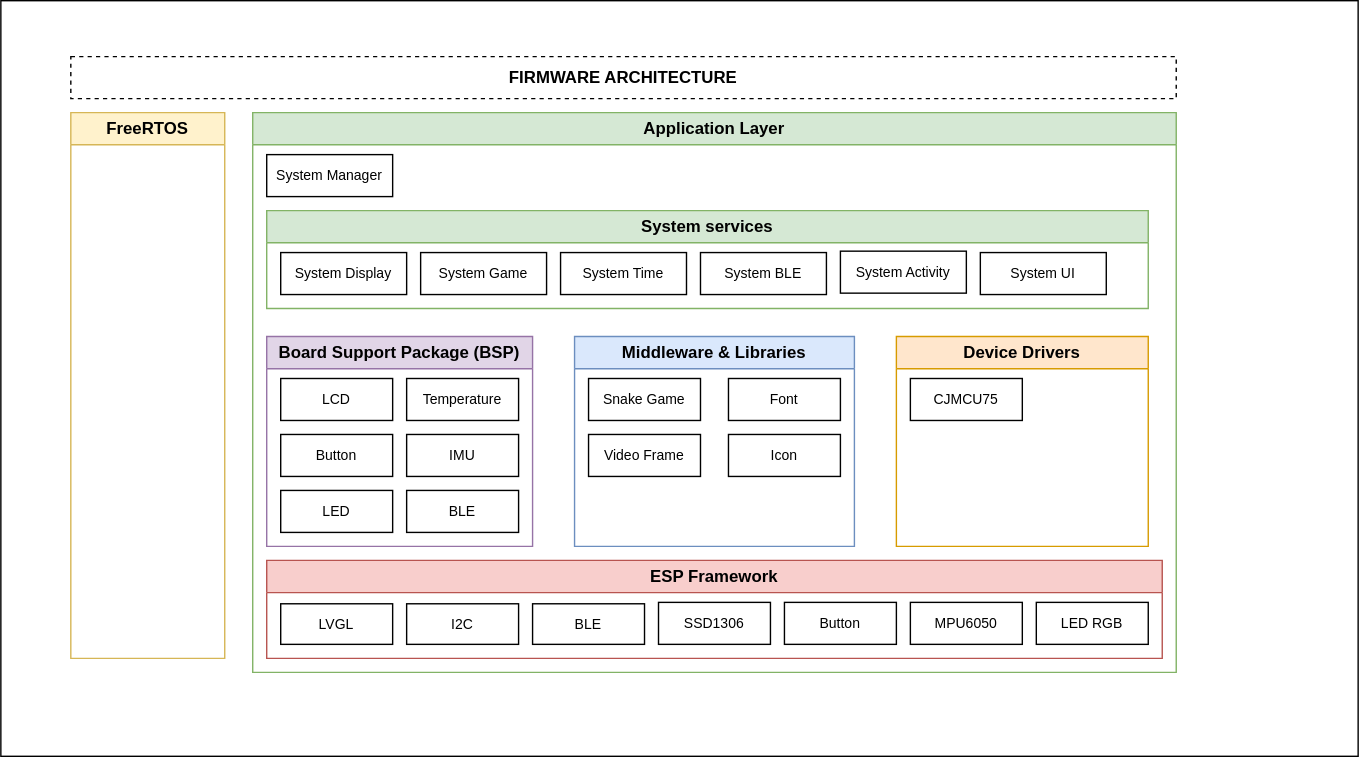
TNH510/NeoWatch keeps this draw.io diagram as docs/architecture/Project.svg. Above is the earlier version. Source tidied: cells renumbered, new cells last; positions are measured from the earlier drawing's top-left corner, leaving out a move shared by most shapes.
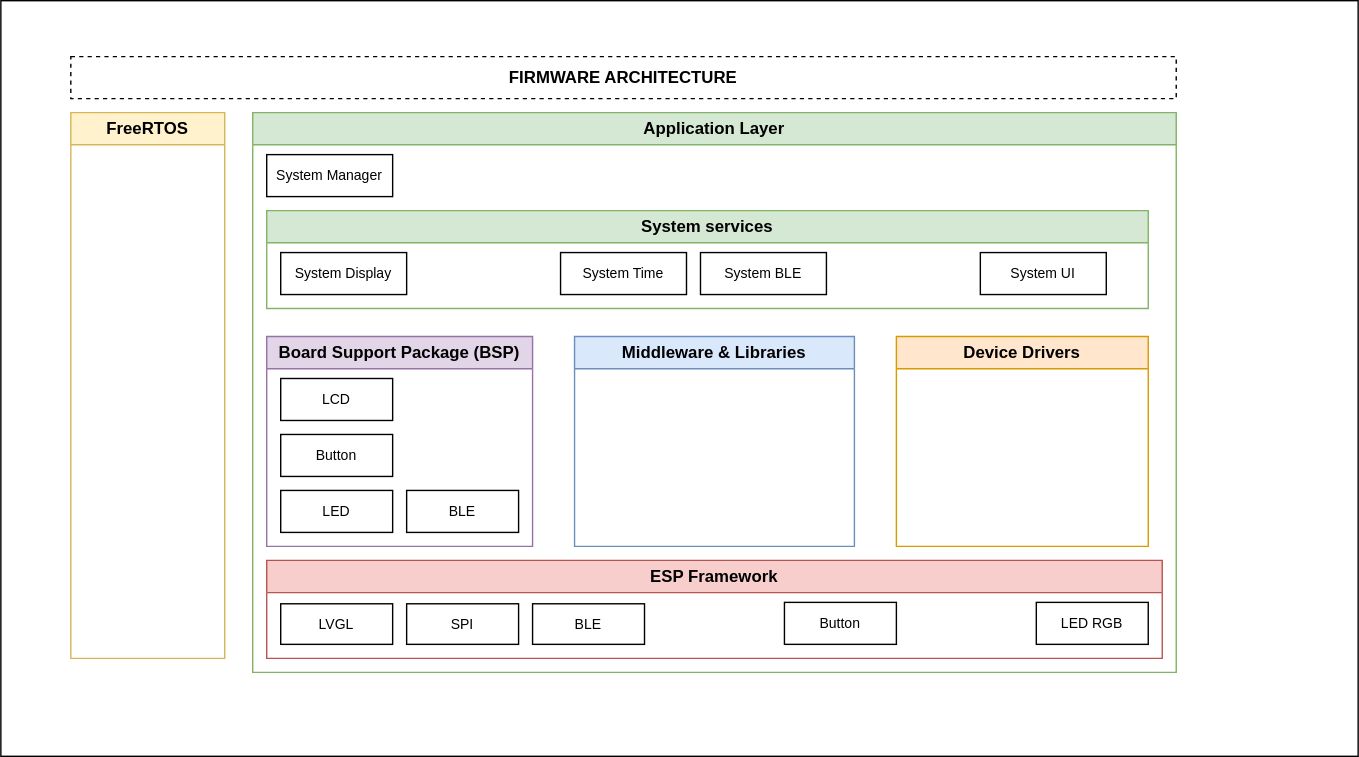
The same file after the commit.

Commit message:
docs: System design

Change to the diagram source:
```diff
@@ -11,7 +11,7 @@
     <mxCell id="4" value="LVGL" style="text;align=center;verticalAlign=middle;spacingLeft=4;spacingRight=4;overflow=hidden;strokeColor=default;labelPosition=center;verticalLabelPosition=middle;labelBorderColor=none;labelBackgroundColor=none;direction=north;fillColor=none;gradientColor=none;rounded=0;glass=0;shadow=0;flipH=0;flipV=1;fontSize=10;" parent="3" vertex="1">
       <mxGeometry x="10" y="31" width="80" height="29" as="geometry" />
     </mxCell>
-    <mxCell id="5" value="I2C" style="text;align=center;verticalAlign=middle;spacingLeft=4;spacingRight=4;overflow=hidden;strokeColor=default;labelPosition=center;verticalLabelPosition=middle;labelBorderColor=none;labelBackgroundColor=none;direction=north;fillColor=none;gradientColor=none;rounded=0;glass=0;shadow=0;flipH=0;flipV=1;fontSize=10;" parent="3" vertex="1">
+    <mxCell id="5" value="SPI" style="text;align=center;verticalAlign=middle;spacingLeft=4;spacingRight=4;overflow=hidden;strokeColor=default;labelPosition=center;verticalLabelPosition=middle;labelBorderColor=none;labelBackgroundColor=none;direction=north;fillColor=none;gradientColor=none;rounded=0;glass=0;shadow=0;flipH=0;flipV=1;fontSize=10;" parent="3" vertex="1">
       <mxGeometry x="100" y="31" width="80" height="29" as="geometry" />
     </mxCell>
     <mxCell id="6" value="BLE" style="text;align=center;verticalAlign=middle;spacingLeft=4;spacingRight=4;overflow=hidden;strokeColor=default;labelPosition=center;verticalLabelPosition=middle;labelBorderColor=none;labelBackgroundColor=none;direction=north;fillColor=none;gradientColor=none;rounded=0;glass=0;shadow=0;flipH=0;flipV=1;fontSize=10;" parent="3" vertex="1">
@@ -41,60 +41,27 @@
     <mxCell id="14" value="System Display" style="text;align=center;verticalAlign=middle;spacingLeft=4;spacingRight=4;overflow=hidden;strokeColor=default;labelPosition=center;verticalLabelPosition=middle;labelBorderColor=none;labelBackgroundColor=none;direction=north;fillColor=none;gradientColor=none;rounded=0;glass=0;shadow=0;flipH=0;flipV=1;fontSize=10;" parent="13" vertex="1">
       <mxGeometry x="10" y="30" width="90" height="30" as="geometry" />
     </mxCell>
-    <mxCell id="15" value="System Game" style="text;align=center;verticalAlign=middle;spacingLeft=4;spacingRight=4;overflow=hidden;strokeColor=default;labelPosition=center;verticalLabelPosition=middle;labelBorderColor=none;labelBackgroundColor=none;direction=north;fillColor=none;gradientColor=none;rounded=0;glass=0;shadow=0;flipH=0;flipV=1;fontSize=10;" parent="13" vertex="1">
-      <mxGeometry x="110" y="30" width="90" height="30" as="geometry" />
-    </mxCell>
     <mxCell id="16" value="System Time" style="text;align=center;verticalAlign=middle;spacingLeft=4;spacingRight=4;overflow=hidden;strokeColor=default;labelPosition=center;verticalLabelPosition=middle;labelBorderColor=none;labelBackgroundColor=none;direction=north;fillColor=none;gradientColor=none;rounded=0;glass=0;shadow=0;flipH=0;flipV=1;fontSize=10;" parent="13" vertex="1">
       <mxGeometry x="210" y="30" width="90" height="30" as="geometry" />
     </mxCell>
     <mxCell id="17" value="System BLE" style="text;align=center;verticalAlign=middle;spacingLeft=4;spacingRight=4;overflow=hidden;strokeColor=default;labelPosition=center;verticalLabelPosition=middle;labelBorderColor=none;labelBackgroundColor=none;direction=north;fillColor=none;gradientColor=none;rounded=0;glass=0;shadow=0;flipH=0;flipV=1;fontSize=10;" parent="13" vertex="1">
       <mxGeometry x="310" y="30" width="90" height="30" as="geometry" />
     </mxCell>
-    <mxCell id="18" value="System Activity" style="text;align=center;verticalAlign=middle;spacingLeft=4;spacingRight=4;overflow=hidden;strokeColor=default;labelPosition=center;verticalLabelPosition=middle;labelBorderColor=none;labelBackgroundColor=none;direction=north;fillColor=none;gradientColor=none;rounded=0;glass=0;shadow=0;flipH=0;flipV=1;fontSize=10;" parent="13" vertex="1">
-      <mxGeometry x="410" y="29" width="90" height="30" as="geometry" />
-    </mxCell>
     <mxCell id="19" value="System UI" style="text;align=center;verticalAlign=middle;spacingLeft=4;spacingRight=4;overflow=hidden;strokeColor=default;labelPosition=center;verticalLabelPosition=middle;labelBorderColor=none;labelBackgroundColor=none;direction=north;fillColor=none;gradientColor=none;rounded=0;glass=0;shadow=0;flipH=0;flipV=1;fontSize=10;" parent="13" vertex="1">
       <mxGeometry x="510" y="30" width="90" height="30" as="geometry" />
     </mxCell>
     <mxCell id="20" value="FreeRTOS" style="swimlane;whiteSpace=wrap;html=1;fillColor=#fff2cc;strokeColor=#d6b656;startSize=23;" parent="11" vertex="1">
       <mxGeometry x="-130" width="110" height="390" as="geometry" />
     </mxCell>
-    <mxCell id="21" value="Snake Game" style="text;align=center;verticalAlign=middle;spacingLeft=4;spacingRight=4;overflow=hidden;strokeColor=default;labelPosition=center;verticalLabelPosition=middle;labelBorderColor=none;labelBackgroundColor=none;direction=north;fillColor=none;gradientColor=none;rounded=0;glass=0;shadow=0;flipH=0;flipV=1;fontSize=10;" parent="11" vertex="1">
-      <mxGeometry x="240" y="190" width="80" height="30" as="geometry" />
-    </mxCell>
-    <mxCell id="22" value="Font" style="text;align=center;verticalAlign=middle;spacingLeft=4;spacingRight=4;overflow=hidden;strokeColor=default;labelPosition=center;verticalLabelPosition=middle;labelBorderColor=none;labelBackgroundColor=none;direction=north;fillColor=none;gradientColor=none;rounded=0;glass=0;shadow=0;flipH=0;flipV=1;fontSize=10;" parent="11" vertex="1">
-      <mxGeometry x="340" y="190" width="80" height="30" as="geometry" />
-    </mxCell>
-    <mxCell id="23" value="Video Frame" style="text;align=center;verticalAlign=middle;spacingLeft=4;spacingRight=4;overflow=hidden;strokeColor=default;labelPosition=center;verticalLabelPosition=middle;labelBorderColor=none;labelBackgroundColor=none;direction=north;fillColor=none;gradientColor=none;rounded=0;glass=0;shadow=0;flipH=0;flipV=1;fontSize=10;" parent="11" vertex="1">
-      <mxGeometry x="240" y="230" width="80" height="30" as="geometry" />
-    </mxCell>
-    <mxCell id="24" value="Icon" style="text;align=center;verticalAlign=middle;spacingLeft=4;spacingRight=4;overflow=hidden;strokeColor=default;labelPosition=center;verticalLabelPosition=middle;labelBorderColor=none;labelBackgroundColor=none;direction=north;fillColor=none;gradientColor=none;rounded=0;glass=0;shadow=0;flipH=0;flipV=1;fontSize=10;" parent="11" vertex="1">
-      <mxGeometry x="340" y="230" width="80" height="30" as="geometry" />
-    </mxCell>
-    <mxCell id="25" value="SSD1306" style="text;align=center;verticalAlign=middle;spacingLeft=4;spacingRight=4;overflow=hidden;strokeColor=default;labelPosition=center;verticalLabelPosition=middle;labelBorderColor=none;labelBackgroundColor=none;direction=north;fillColor=none;gradientColor=none;rounded=0;glass=0;shadow=0;flipH=0;flipV=1;fontSize=10;" parent="11" vertex="1">
-      <mxGeometry x="290" y="350" width="80" height="30" as="geometry" />
-    </mxCell>
     <mxCell id="26" value="Button" style="text;align=center;verticalAlign=middle;spacingLeft=4;spacingRight=4;overflow=hidden;strokeColor=default;labelPosition=center;verticalLabelPosition=middle;labelBorderColor=none;labelBackgroundColor=none;direction=north;fillColor=none;gradientColor=none;rounded=0;glass=0;shadow=0;flipH=0;flipV=1;fontSize=10;" parent="11" vertex="1">
       <mxGeometry x="380" y="350" width="80" height="30" as="geometry" />
     </mxCell>
-    <mxCell id="27" value="CJMCU75" style="text;align=center;verticalAlign=middle;spacingLeft=4;spacingRight=4;overflow=hidden;strokeColor=default;labelPosition=center;verticalLabelPosition=middle;labelBorderColor=none;labelBackgroundColor=none;direction=north;fillColor=none;gradientColor=none;rounded=0;glass=0;shadow=0;flipH=0;flipV=1;fontSize=10;" parent="11" vertex="1">
-      <mxGeometry x="470" y="190" width="80" height="30" as="geometry" />
-    </mxCell>
-    <mxCell id="28" value="MPU6050" style="text;align=center;verticalAlign=middle;spacingLeft=4;spacingRight=4;overflow=hidden;strokeColor=default;labelPosition=center;verticalLabelPosition=middle;labelBorderColor=none;labelBackgroundColor=none;direction=north;fillColor=none;gradientColor=none;rounded=0;glass=0;shadow=0;flipH=0;flipV=1;fontSize=10;" parent="11" vertex="1">
-      <mxGeometry x="470" y="350" width="80" height="30" as="geometry" />
-    </mxCell>
     <mxCell id="29" value="LED RGB" style="text;align=center;verticalAlign=middle;spacingLeft=4;spacingRight=4;overflow=hidden;strokeColor=default;labelPosition=center;verticalLabelPosition=middle;labelBorderColor=none;labelBackgroundColor=none;direction=north;fillColor=none;gradientColor=none;rounded=0;glass=0;shadow=0;flipH=0;flipV=1;fontSize=10;" parent="11" vertex="1">
       <mxGeometry x="560" y="350" width="80" height="30" as="geometry" />
     </mxCell>
-    <mxCell id="30" value="Temperature" style="text;align=center;verticalAlign=middle;spacingLeft=4;spacingRight=4;overflow=hidden;strokeColor=default;labelPosition=center;verticalLabelPosition=middle;labelBorderColor=none;labelBackgroundColor=none;direction=north;fillColor=none;gradientColor=none;rounded=0;glass=0;shadow=0;flipH=0;flipV=1;fontSize=10;" parent="11" vertex="1">
-      <mxGeometry x="110" y="190" width="80" height="30" as="geometry" />
-    </mxCell>
     <mxCell id="31" value="Button" style="text;align=center;verticalAlign=middle;spacingLeft=4;spacingRight=4;overflow=hidden;strokeColor=default;labelPosition=center;verticalLabelPosition=middle;labelBorderColor=none;labelBackgroundColor=none;direction=north;fillColor=none;gradientColor=none;rounded=0;glass=0;shadow=0;flipH=0;flipV=1;fontSize=10;" parent="11" vertex="1">
       <mxGeometry x="20" y="230" width="80" height="30" as="geometry" />
     </mxCell>
-    <mxCell id="32" value="IMU" style="text;align=center;verticalAlign=middle;spacingLeft=4;spacingRight=4;overflow=hidden;strokeColor=default;labelPosition=center;verticalLabelPosition=middle;labelBorderColor=none;labelBackgroundColor=none;direction=north;fillColor=none;gradientColor=none;rounded=0;glass=0;shadow=0;flipH=0;flipV=1;fontSize=10;" parent="11" vertex="1">
-      <mxGeometry x="110" y="230" width="80" height="30" as="geometry" />
-    </mxCell>
     <mxCell id="33" value="LED" style="text;align=center;verticalAlign=middle;spacingLeft=4;spacingRight=4;overflow=hidden;strokeColor=default;labelPosition=center;verticalLabelPosition=middle;labelBorderColor=none;labelBackgroundColor=none;direction=north;fillColor=none;gradientColor=none;rounded=0;glass=0;shadow=0;flipH=0;flipV=1;fontSize=10;" parent="11" vertex="1">
       <mxGeometry x="20" y="270" width="80" height="30" as="geometry" />
     </mxCell>
```
